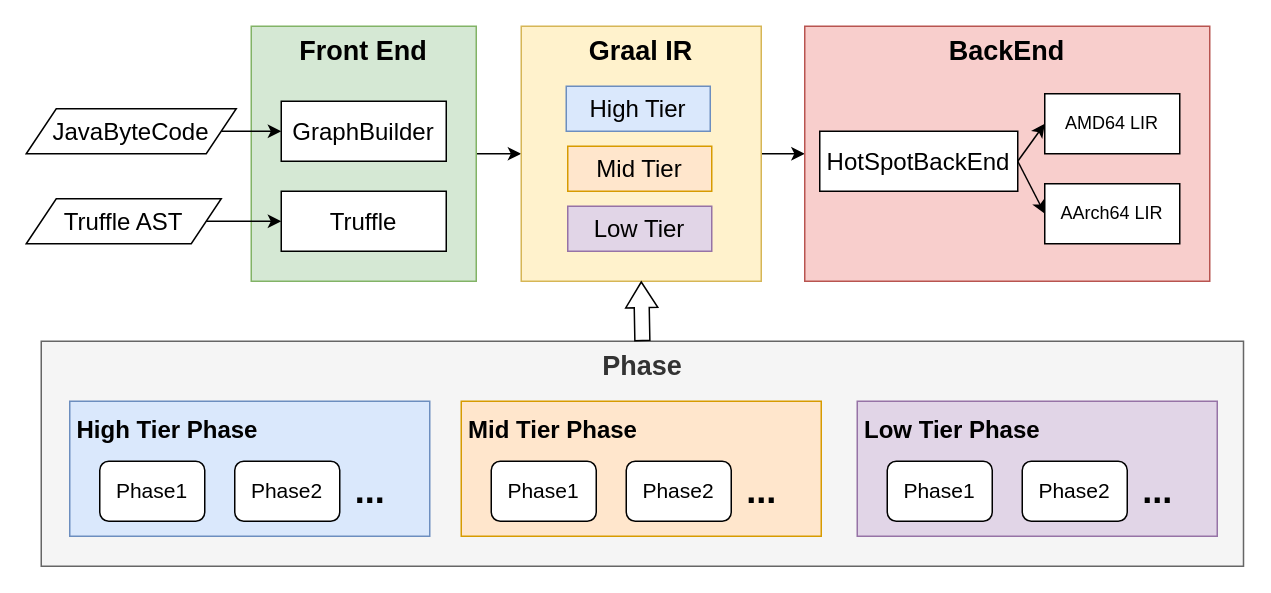
This is GraalCompilerStructure.drawio from f123888/Draw.IO, a draw.io file, before an edit. Source tidied: cells renumbered, new cells numbered last; positions are measured from the earlier drawing's top-left corner, leaving out a move shared by most shapes. Both pictures are drawn from the tidied source at 150%, with x=0, y=0 at pixel (26, 26).
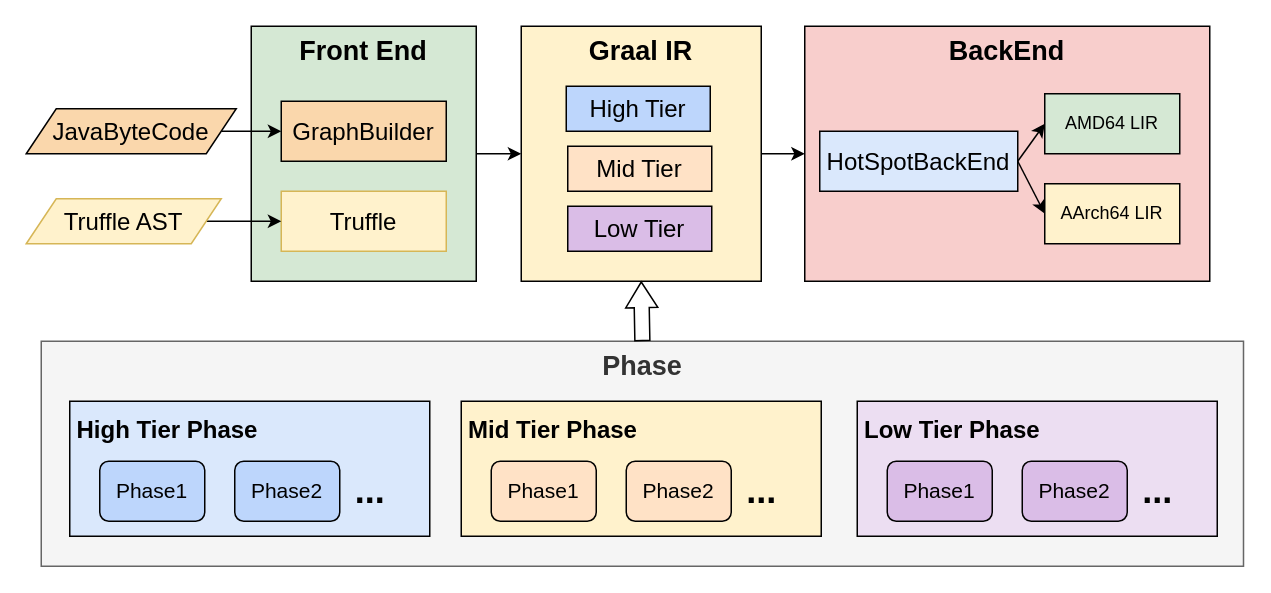
After the change.

Change to the diagram source:
```diff
@@
-    <mxCell id="3" value="&lt;font style=&quot;font-size: 18px;&quot;&gt;&lt;b&gt;Front End&lt;/b&gt;&lt;/font&gt;" style="rounded=0;whiteSpace=wrap;html=1;verticalAlign=top;fillColor=#d5e8d4;strokeColor=#82b366;" parent="1" vertex="1">
+    <mxCell id="3" value="&lt;font style=&quot;font-size: 18px;&quot;&gt;&lt;b&gt;Front End&lt;/b&gt;&lt;/font&gt;" style="rounded=0;whiteSpace=wrap;html=1;verticalAlign=top;fillColor=#d5e8d4;strokeColor=default;" parent="1" vertex="1">
       <mxGeometry x="150" width="150" height="170" as="geometry" />
     </mxCell>
-    <mxCell id="4" value="&lt;font style=&quot;font-size: 16px;&quot;&gt;GraphBuilder&lt;/font&gt;" style="rounded=0;whiteSpace=wrap;html=1;" parent="1" vertex="1">
+    <mxCell id="4" value="&lt;font style=&quot;font-size: 16px;&quot;&gt;GraphBuilder&lt;/font&gt;" style="rounded=0;whiteSpace=wrap;html=1;fillColor=#fad7ac;strokeColor=default;" parent="1" vertex="1">
       <mxGeometry x="170" y="50" width="110" height="40" as="geometry" />
     </mxCell>
-    <mxCell id="5" value="&lt;font style=&quot;font-size: 16px;&quot;&gt;Truffle&lt;/font&gt;" style="rounded=0;whiteSpace=wrap;html=1;" parent="1" vertex="1">
+    <mxCell id="5" value="&lt;font style=&quot;font-size: 16px;&quot;&gt;Truffle&lt;/font&gt;" style="rounded=0;whiteSpace=wrap;html=1;fillColor=#fff2cc;strokeColor=#d6b656;" parent="1" vertex="1">
       <mxGeometry x="170" y="110" width="110" height="40" as="geometry" />
     </mxCell>
@@
-    <mxCell id="7" value="&lt;span style=&quot;text-wrap-mode: nowrap;&quot;&gt;&lt;font style=&quot;font-size: 16px;&quot;&gt;JavaByteCode&lt;/font&gt;&lt;/span&gt;" style="shape=parallelogram;perimeter=parallelogramPerimeter;whiteSpace=wrap;html=1;fixedSize=1;" parent="1" vertex="1">
+    <mxCell id="7" value="&lt;span style=&quot;text-wrap-mode: nowrap;&quot;&gt;&lt;font style=&quot;font-size: 16px;&quot;&gt;JavaByteCode&lt;/font&gt;&lt;/span&gt;" style="shape=parallelogram;perimeter=parallelogramPerimeter;whiteSpace=wrap;html=1;fixedSize=1;fillColor=#fad7ac;strokeColor=default;" parent="1" vertex="1">
       <mxGeometry y="55" width="140" height="30" as="geometry" />
     </mxCell>
@@
-    <mxCell id="9" value="&lt;span style=&quot;text-wrap-mode: nowrap;&quot;&gt;&lt;font style=&quot;font-size: 16px;&quot;&gt;Truffle AST&lt;/font&gt;&lt;/span&gt;" style="shape=parallelogram;perimeter=parallelogramPerimeter;whiteSpace=wrap;html=1;fixedSize=1;" parent="1" vertex="1">
+    <mxCell id="9" value="&lt;span style=&quot;text-wrap-mode: nowrap;&quot;&gt;&lt;font style=&quot;font-size: 16px;&quot;&gt;Truffle AST&lt;/font&gt;&lt;/span&gt;" style="shape=parallelogram;perimeter=parallelogramPerimeter;whiteSpace=wrap;html=1;fixedSize=1;fillColor=#fff2cc;strokeColor=#d6b656;" parent="1" vertex="1">
       <mxGeometry y="115" width="130" height="30" as="geometry" />
     </mxCell>
@@
-    <mxCell id="11" value="&lt;font style=&quot;font-size: 18px;&quot;&gt;&lt;b&gt;Graal IR&lt;/b&gt;&lt;/font&gt;" style="rounded=0;whiteSpace=wrap;html=1;verticalAlign=top;fillColor=#fff2cc;strokeColor=#d6b656;" parent="1" vertex="1">
+    <mxCell id="11" value="&lt;font style=&quot;font-size: 18px;&quot;&gt;&lt;b&gt;Graal IR&lt;/b&gt;&lt;/font&gt;" style="rounded=0;whiteSpace=wrap;html=1;verticalAlign=top;fillColor=#fff2cc;strokeColor=default;" parent="1" vertex="1">
       <mxGeometry x="330" width="160" height="170" as="geometry" />
     </mxCell>
-    <mxCell id="12" value="&lt;font style=&quot;font-size: 18px;&quot;&gt;&lt;b&gt;BackEnd&lt;/b&gt;&lt;/font&gt;" style="rounded=0;whiteSpace=wrap;html=1;verticalAlign=top;fillColor=#f8cecc;strokeColor=#b85450;" parent="1" vertex="1">
+    <mxCell id="12" value="&lt;font style=&quot;font-size: 18px;&quot;&gt;&lt;b&gt;BackEnd&lt;/b&gt;&lt;/font&gt;" style="rounded=0;whiteSpace=wrap;html=1;verticalAlign=top;fillColor=#f8cecc;strokeColor=default;" parent="1" vertex="1">
       <mxGeometry x="519" width="270" height="170" as="geometry" />
     </mxCell>
-    <mxCell id="13" value="&lt;font style=&quot;font-size: 16px;&quot;&gt;High Tier&lt;/font&gt;" style="rounded=0;whiteSpace=wrap;html=1;fillColor=#dae8fc;strokeColor=#6c8ebf;" parent="1" vertex="1">
+    <mxCell id="13" value="&lt;font style=&quot;font-size: 16px;&quot;&gt;High Tier&lt;/font&gt;" style="rounded=0;whiteSpace=wrap;html=1;fillColor=#BDD6FC;strokeColor=default;" parent="1" vertex="1">
       <mxGeometry x="360" y="40" width="96" height="30" as="geometry" />
     </mxCell>
-    <mxCell id="14" value="&lt;font style=&quot;font-size: 16px;&quot;&gt;Mid Tier&lt;/font&gt;" style="rounded=0;whiteSpace=wrap;html=1;fillColor=#ffe6cc;strokeColor=#d79b00;" parent="1" vertex="1">
+    <mxCell id="14" value="&lt;font style=&quot;font-size: 16px;&quot;&gt;Mid Tier&lt;/font&gt;" style="rounded=0;whiteSpace=wrap;html=1;fillColor=#FFE2C6;strokeColor=default;" parent="1" vertex="1">
       <mxGeometry x="361" y="80" width="96" height="30" as="geometry" />
     </mxCell>
-    <mxCell id="15" value="&lt;font style=&quot;font-size: 16px;&quot;&gt;Low Tier&lt;/font&gt;" style="rounded=0;whiteSpace=wrap;html=1;fillColor=#e1d5e7;strokeColor=#9673a6;" parent="1" vertex="1">
+    <mxCell id="15" value="&lt;font style=&quot;font-size: 16px;&quot;&gt;Low Tier&lt;/font&gt;" style="rounded=0;whiteSpace=wrap;html=1;fillColor=light-dark(#dabde7, #392f3f);strokeColor=default;" parent="1" vertex="1">
       <mxGeometry x="361" y="120" width="96" height="30" as="geometry" />
     </mxCell>
@@
-    <mxCell id="18" value="&lt;font style=&quot;font-size: 16px;&quot;&gt;HotSpotBackEnd&lt;/font&gt;" style="rounded=0;whiteSpace=wrap;html=1;" parent="1" vertex="1">
+    <mxCell id="18" value="&lt;font style=&quot;font-size: 16px;&quot;&gt;HotSpotBackEnd&lt;/font&gt;" style="rounded=0;whiteSpace=wrap;html=1;fillColor=#dae8fc;strokeColor=default;" parent="1" vertex="1">
       <mxGeometry x="529" y="70" width="132" height="40" as="geometry" />
     </mxCell>
-    <mxCell id="19" value="AMD64 LIR" style="rounded=0;whiteSpace=wrap;html=1;" parent="1" vertex="1">
+    <mxCell id="19" value="AMD64 LIR" style="rounded=0;whiteSpace=wrap;html=1;fillColor=#d5e8d4;strokeColor=default;" parent="1" vertex="1">
       <mxGeometry x="679" y="45" width="90" height="40" as="geometry" />
     </mxCell>
-    <mxCell id="20" value="AArch64 LIR" style="rounded=0;whiteSpace=wrap;html=1;" parent="1" vertex="1">
+    <mxCell id="20" value="AArch64 LIR" style="rounded=0;whiteSpace=wrap;html=1;fillColor=#fff2cc;strokeColor=default;" parent="1" vertex="1">
       <mxGeometry x="679" y="105" width="90" height="40" as="geometry" />
     </mxCell>
@@
-    <mxCell id="22" value="&lt;font style=&quot;font-size: 16px;&quot;&gt;&lt;b style=&quot;&quot;&gt;High Tier Phase&lt;/b&gt;&lt;/font&gt;" style="rounded=0;whiteSpace=wrap;html=1;verticalAlign=top;align=left;spacing=5;fillColor=#dae8fc;strokeColor=#6c8ebf;" parent="1" vertex="1">
+    <mxCell id="22" value="&lt;font style=&quot;font-size: 16px;&quot;&gt;&lt;b style=&quot;&quot;&gt;High Tier Phase&lt;/b&gt;&lt;/font&gt;" style="rounded=0;whiteSpace=wrap;html=1;verticalAlign=top;align=left;spacing=5;fillColor=#dae8fc;strokeColor=default;" parent="1" vertex="1">
       <mxGeometry x="29" y="250" width="240" height="90" as="geometry" />
     </mxCell>
-    <mxCell id="23" value="&lt;font style=&quot;font-size: 14px;&quot;&gt;Phase1&lt;/font&gt;" style="rounded=1;whiteSpace=wrap;html=1;" parent="1" vertex="1">
+    <mxCell id="23" value="&lt;font style=&quot;font-size: 14px;&quot;&gt;Phase1&lt;/font&gt;" style="rounded=1;whiteSpace=wrap;html=1;fillColor=#BDD6FC;strokeColor=default;" parent="1" vertex="1">
       <mxGeometry x="49" y="290" width="70" height="40" as="geometry" />
     </mxCell>
-    <mxCell id="24" value="&lt;font style=&quot;font-size: 14px;&quot;&gt;Phase2&lt;/font&gt;" style="rounded=1;whiteSpace=wrap;html=1;" parent="1" vertex="1">
+    <mxCell id="24" value="&lt;font style=&quot;font-size: 14px;&quot;&gt;Phase2&lt;/font&gt;" style="rounded=1;whiteSpace=wrap;html=1;fillColor=#BDD6FC;strokeColor=default;" parent="1" vertex="1">
       <mxGeometry x="139" y="290" width="70" height="40" as="geometry" />
     </mxCell>
@@
-    <mxCell id="26" value="&lt;font style=&quot;font-size: 16px;&quot;&gt;&lt;b style=&quot;&quot;&gt;Mid Tier Phase&lt;/b&gt;&lt;/font&gt;" style="rounded=0;whiteSpace=wrap;html=1;verticalAlign=top;align=left;spacing=5;fillColor=#ffe6cc;strokeColor=#d79b00;" parent="1" vertex="1">
+    <mxCell id="26" value="&lt;font style=&quot;font-size: 16px;&quot;&gt;&lt;b style=&quot;&quot;&gt;Mid Tier Phase&lt;/b&gt;&lt;/font&gt;" style="rounded=0;whiteSpace=wrap;html=1;verticalAlign=top;align=left;spacing=5;fillColor=#fff2cc;strokeColor=default;" parent="1" vertex="1">
       <mxGeometry x="290" y="250" width="240" height="90" as="geometry" />
     </mxCell>
-    <mxCell id="27" value="&lt;span style=&quot;font-size: 14px;&quot;&gt;Phase1&lt;/span&gt;" style="rounded=1;whiteSpace=wrap;html=1;" parent="1" vertex="1">
+    <mxCell id="27" value="&lt;span style=&quot;font-size: 14px;&quot;&gt;Phase1&lt;/span&gt;" style="rounded=1;whiteSpace=wrap;html=1;fillColor=#FFE2C6;strokeColor=default;" parent="1" vertex="1">
       <mxGeometry x="310" y="290" width="70" height="40" as="geometry" />
     </mxCell>
-    <mxCell id="28" value="&lt;span style=&quot;font-size: 14px;&quot;&gt;Phase2&lt;/span&gt;" style="rounded=1;whiteSpace=wrap;html=1;" parent="1" vertex="1">
+    <mxCell id="28" value="&lt;span style=&quot;font-size: 14px;&quot;&gt;Phase2&lt;/span&gt;" style="rounded=1;whiteSpace=wrap;html=1;fillColor=#FFE2C6;strokeColor=default;" parent="1" vertex="1">
       <mxGeometry x="400" y="290" width="70" height="40" as="geometry" />
     </mxCell>
@@
-    <mxCell id="30" value="&lt;font style=&quot;font-size: 16px;&quot;&gt;&lt;b style=&quot;&quot;&gt;Low Tier Phase&lt;/b&gt;&lt;/font&gt;" style="rounded=0;whiteSpace=wrap;html=1;verticalAlign=top;align=left;spacing=5;fillColor=#e1d5e7;strokeColor=#9673a6;" parent="1" vertex="1">
+    <mxCell id="30" value="&lt;font style=&quot;font-size: 16px;&quot;&gt;&lt;b style=&quot;&quot;&gt;Low Tier Phase&lt;/b&gt;&lt;/font&gt;" style="rounded=0;whiteSpace=wrap;html=1;verticalAlign=top;align=left;spacing=5;fillColor=#ECDEF2;strokeColor=default;" parent="1" vertex="1">
       <mxGeometry x="554" y="250" width="240" height="90" as="geometry" />
     </mxCell>
-    <mxCell id="31" value="&lt;span style=&quot;font-size: 14px;&quot;&gt;Phase1&lt;/span&gt;" style="rounded=1;whiteSpace=wrap;html=1;" parent="1" vertex="1">
+    <mxCell id="31" value="&lt;span style=&quot;font-size: 14px;&quot;&gt;Phase1&lt;/span&gt;" style="rounded=1;whiteSpace=wrap;html=1;fillColor=#DABDE7;strokeColor=default;" parent="1" vertex="1">
       <mxGeometry x="574" y="290" width="70" height="40" as="geometry" />
     </mxCell>
-    <mxCell id="32" value="&lt;span style=&quot;font-size: 14px;&quot;&gt;Phase2&lt;/span&gt;" style="rounded=1;whiteSpace=wrap;html=1;" parent="1" vertex="1">
+    <mxCell id="32" value="&lt;span style=&quot;font-size: 14px;&quot;&gt;Phase2&lt;/span&gt;" style="rounded=1;whiteSpace=wrap;html=1;fillColor=#DABDE7;strokeColor=default;" parent="1" vertex="1">
       <mxGeometry x="664" y="290" width="70" height="40" as="geometry" />
     </mxCell>
```
